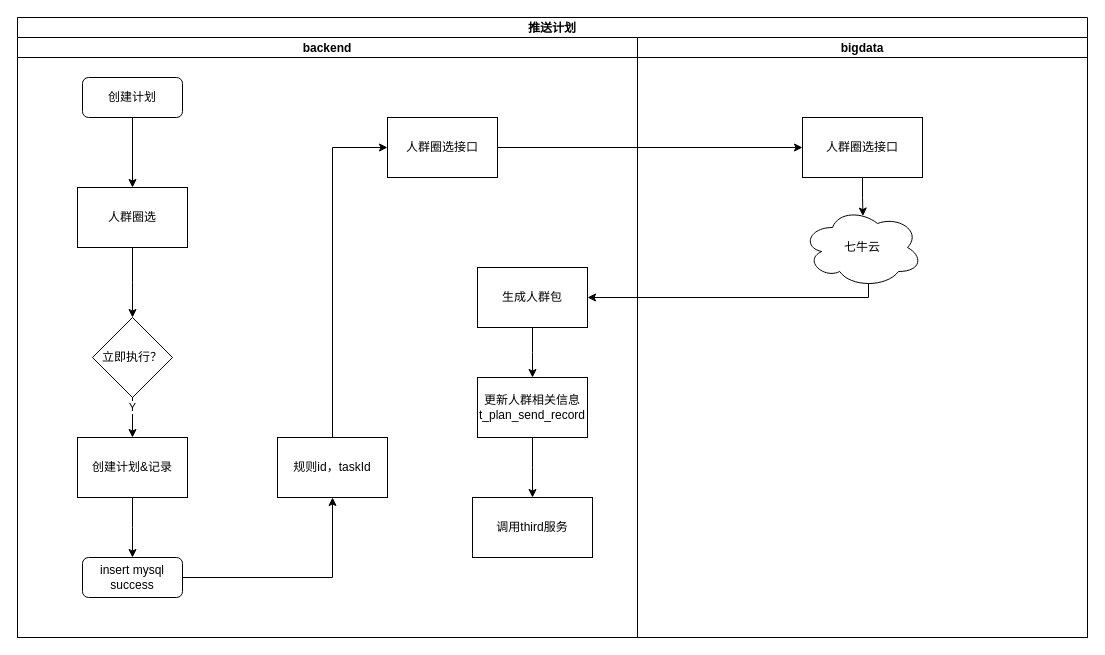
songmulin/rr-business keeps this draw.io diagram as page "第 1 页" (1 of 2) of 推送计划.drawio. Above is the earlier version. Source tidied: cells renumbered, new cells numbered last; positions are measured from the earlier drawing's top-left corner, leaving out a move shared by most shapes. Both pictures are drawn from the tidied source at 100%, with x=0, y=0 at pixel (17, 17).
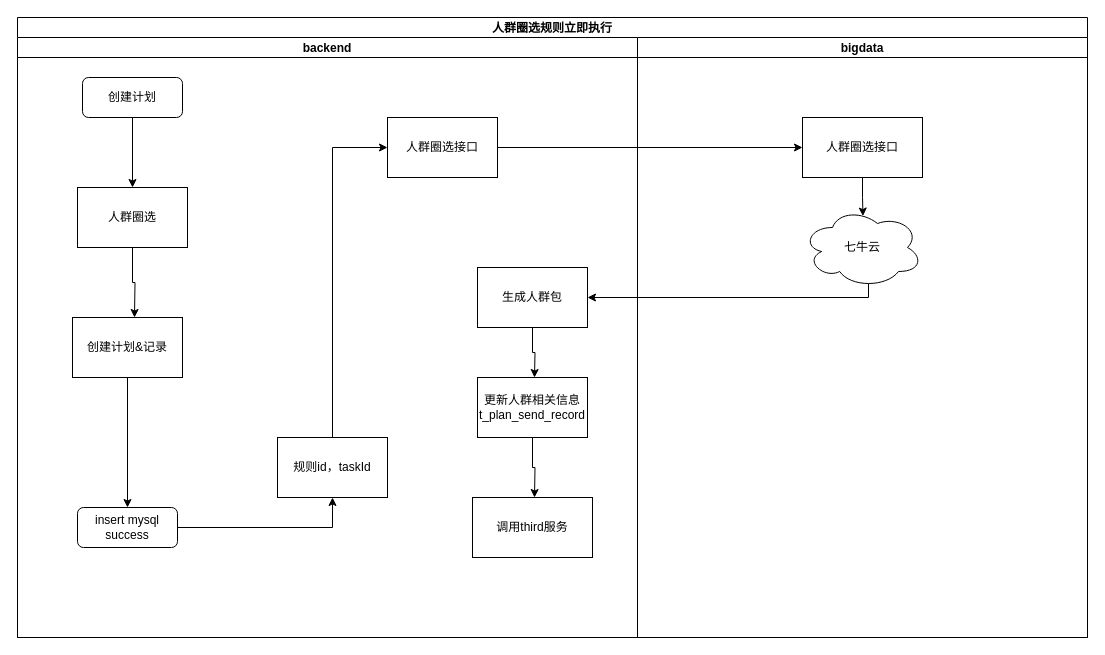
The same diagram, later.

Commit message (it also covers changes not shown here):
更新推送计划.drawio

Unchanged cells that the change refers to:
```xml
<mxCell id="3" value="backend" style="swimlane;startSize=20;" parent="2" vertex="1">
  <mxGeometry y="20" width="620" height="600" as="geometry" />
</mxCell>
<mxCell id="6" value="人群圈选" style="rounded=0;whiteSpace=wrap;html=1;" parent="3" vertex="1">
  <mxGeometry x="60" y="150" width="110" height="60" as="geometry" />
</mxCell>
<mxCell id="8" value="人群圈选接口" style="rounded=0;whiteSpace=wrap;html=1;" parent="3" vertex="1">
  <mxGeometry x="370" y="80" width="110" height="60" as="geometry" />
</mxCell>
<mxCell id="9" value="生成人群包" style="rounded=0;whiteSpace=wrap;html=1;" parent="3" vertex="1">
  <mxGeometry x="460" y="230" width="110" height="60" as="geometry" />
</mxCell>
<mxCell id="16" value="更新人群相关信息&lt;br&gt;&lt;span style=&quot;font-size: 12px;&quot;&gt;t_plan_send_record&lt;/span&gt;" style="rounded=0;whiteSpace=wrap;html=1;" parent="3" vertex="1">
  <mxGeometry x="460" y="340" width="110" height="60" as="geometry" />
</mxCell>
<mxCell id="21" value="人群圈选接口" style="rounded=0;whiteSpace=wrap;html=1;" parent="20" vertex="1">
  <mxGeometry x="165" y="80" width="120" height="60" as="geometry" />
</mxCell>
<mxCell id="22" value="七牛云" style="ellipse;shape=cloud;whiteSpace=wrap;html=1;" parent="20" vertex="1">
  <mxGeometry x="165" y="170" width="120" height="80" as="geometry" />
</mxCell>
```

The edit, as a diff of the source:
```diff
@@
-    <mxCell id="2" value="推送计划" style="swimlane;startSize=20;" parent="1" vertex="1">
+    <mxCell id="2" value="人群圈选规则立即执行" style="swimlane;startSize=20;" parent="1" vertex="1">
       <mxGeometry width="1070" height="620" as="geometry" />
     </mxCell>
+    <mxCell id="18" style="edgeStyle=orthogonalEdgeStyle;rounded=0;jettySize=auto;html=1;entryX=0;entryY=0.5;entryDx=0;entryDy=0;" parent="2" edge="1" source="8" target="21">
+      <mxGeometry relative="1" as="geometry" />
+    </mxCell>
+    <mxCell id="19" style="edgeStyle=orthogonalEdgeStyle;rounded=0;jettySize=auto;html=1;entryX=1;entryY=0.5;entryDx=0;entryDy=0;exitX=0.55;exitY=0.95;exitDx=0;exitDy=0;exitPerimeter=0;" parent="2" edge="1" source="22" target="9">
+      <mxGeometry relative="1" as="geometry">
+        <Array as="points">
+          <mxPoint x="851" y="280" />
+        </Array>
+      </mxGeometry>
+    </mxCell>
@@
-    <mxCell id="7" value="Y" style="edgeStyle=orthogonalEdgeStyle;rounded=0;orthogonalLoop=1;jettySize=auto;html=1;" parent="3" edge="1">
-      <mxGeometry relative="1" as="geometry">
-        <mxPoint x="115" y="340" as="sourcePoint" />
-        <mxPoint x="115" y="400" as="targetPoint" />
-      </mxGeometry>
-    </mxCell>
@@
-    <mxCell id="10" value="立即执行？" style="rhombus;whiteSpace=wrap;html=1;" parent="3" vertex="1">
-      <mxGeometry x="75" y="280" width="80" height="80" as="geometry" />
-    </mxCell>
     <mxCell id="11" value="创建计划&amp;amp;记录" style="rounded=0;whiteSpace=wrap;html=1;" parent="3" vertex="1">
-      <mxGeometry x="60" y="400" width="110" height="60" as="geometry" />
+      <mxGeometry x="55" y="280" width="110" height="60" as="geometry" />
     </mxCell>
     <mxCell id="12" value="insert mysql success" style="rounded=1;whiteSpace=wrap;html=1;" parent="3" vertex="1">
-      <mxGeometry x="65" y="520" width="100" height="40" as="geometry" />
+      <mxGeometry x="60" y="470" width="100" height="40" as="geometry" />
     </mxCell>
@@
-    <mxCell id="18" style="edgeStyle=orthogonalEdgeStyle;rounded=0;jettySize=auto;html=1;entryX=0;entryY=0.5;entryDx=0;entryDy=0;" parent="2" edge="1" source="8" target="21">
-      <mxGeometry relative="1" as="geometry" />
-    </mxCell>
-    <mxCell id="19" style="edgeStyle=orthogonalEdgeStyle;rounded=0;jettySize=auto;html=1;entryX=1;entryY=0.5;entryDx=0;entryDy=0;exitX=0.55;exitY=0.95;exitDx=0;exitDy=0;exitPerimeter=0;" parent="2" edge="1" source="22" target="9">
-      <mxGeometry relative="1" as="geometry">
-        <Array as="points">
-          <mxPoint x="851" y="280" />
-        </Array>
-      </mxGeometry>
-    </mxCell>
+    <mxCell id="25" style="edgeStyle=orthogonalEdgeStyle;rounded=0;jettySize=auto;html=1;entryX=0.5;entryY=0;entryDx=0;entryDy=0;" parent="3" edge="1" source="11" target="12">
+      <mxGeometry relative="1" as="geometry" />
+    </mxCell>
@@
     <mxCell id="24" style="edgeStyle=orthogonalEdgeStyle;rounded=0;jettySize=auto;html=1;" parent="1" edge="1" source="6">
       <mxGeometry relative="1" as="geometry">
-        <mxPoint x="115" y="300" as="targetPoint" />
+        <mxPoint x="117" y="300" as="targetPoint" />
       </mxGeometry>
     </mxCell>
-    <mxCell id="25" style="edgeStyle=orthogonalEdgeStyle;rounded=0;jettySize=auto;html=1;" parent="1" edge="1" source="11">
-      <mxGeometry relative="1" as="geometry">
-        <mxPoint x="115" y="540" as="targetPoint" />
-      </mxGeometry>
-    </mxCell>
     <mxCell id="26" style="edgeStyle=orthogonalEdgeStyle;rounded=0;jettySize=auto;html=1;" parent="1" edge="1" source="9">
       <mxGeometry relative="1" as="geometry">
-        <mxPoint x="515" y="360" as="targetPoint" />
+        <mxPoint x="517" y="360" as="targetPoint" />
       </mxGeometry>
     </mxCell>
     <mxCell id="27" style="edgeStyle=orthogonalEdgeStyle;rounded=0;jettySize=auto;html=1;" parent="1" edge="1" source="16">
       <mxGeometry relative="1" as="geometry">
-        <mxPoint x="515" y="480" as="targetPoint" />
+        <mxPoint x="517" y="480" as="targetPoint" />
       </mxGeometry>
     </mxCell>
```
